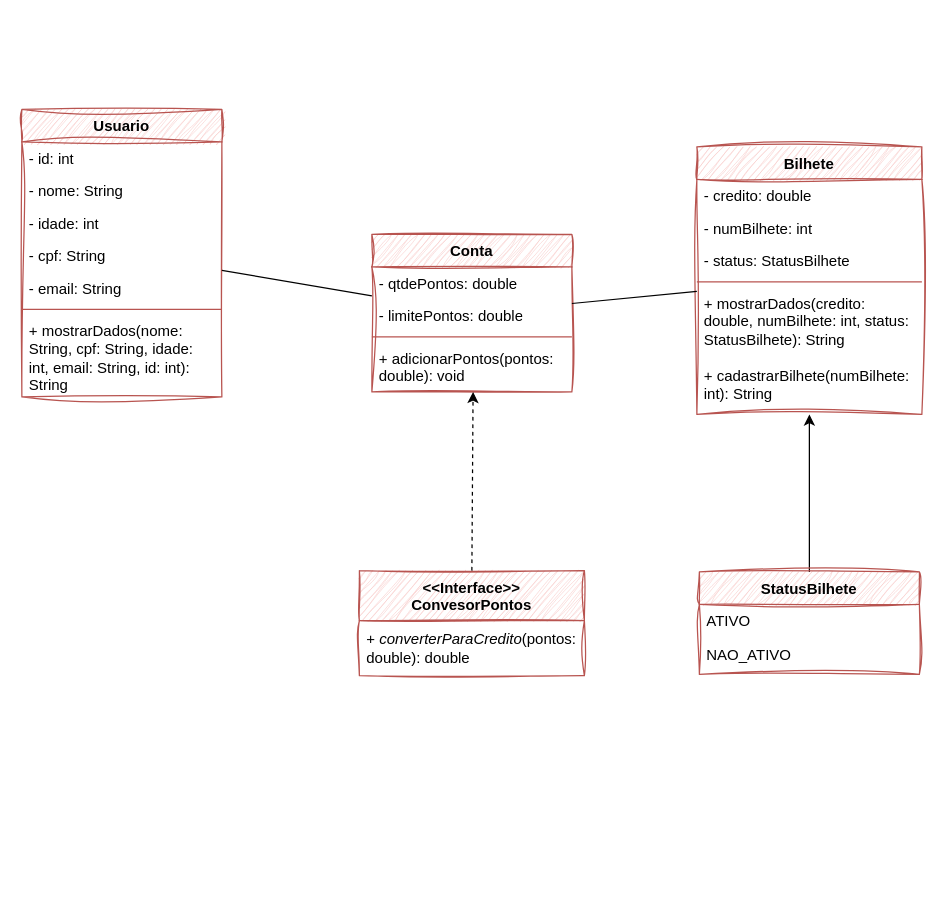
Earlier version of the draw.io diagram soulpass_project/java_soulpass_diagram.drawio (SoulPass-1TDSPJ/java_soulpass). Source tidied: cells renumbered, new cells numbered last; positions are measured from the earlier drawing's top-left corner, leaving out a move shared by most shapes. Both pictures are drawn from the tidied source at 125%, with x=0, y=0 at pixel (21, 109).
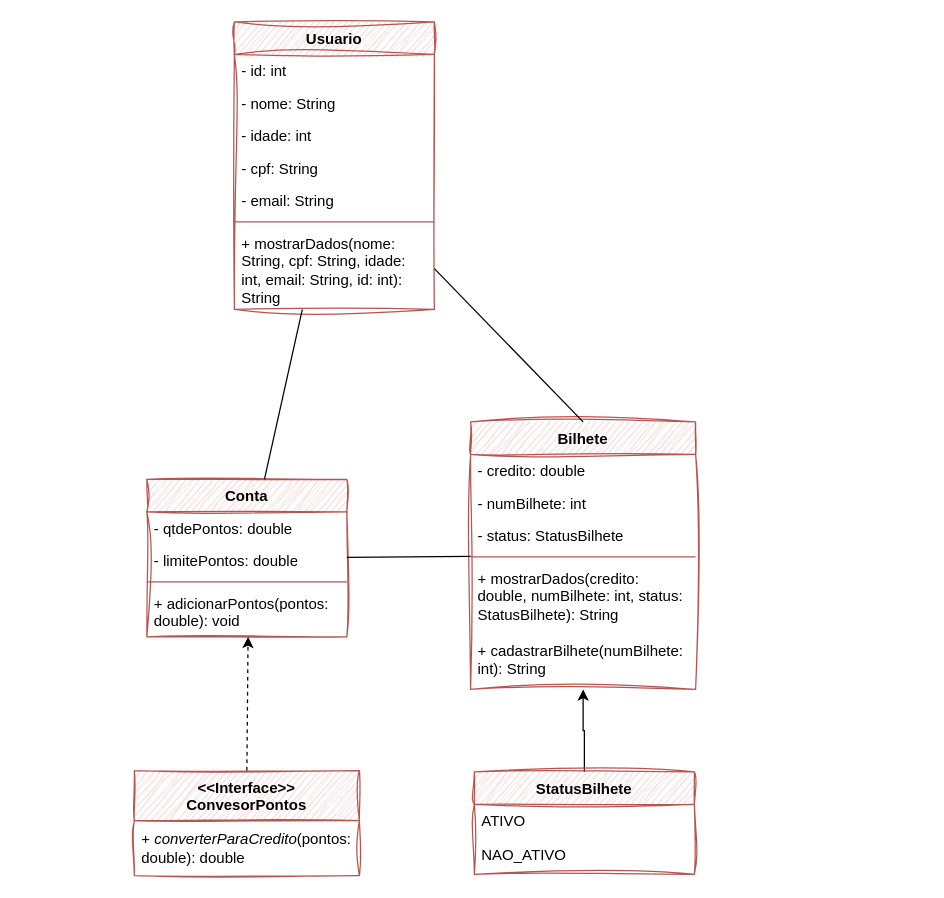
The same page after the edit.

Change to the diagram source:
```diff
@@
     <mxCell id="2" value="Usuario" style="swimlane;fontStyle=1;align=center;verticalAlign=top;horizontal=1;startSize=26;whiteSpace=wrap;html=1;fillColor=#f8cecc;strokeColor=#b85450;sketch=1;curveFitting=1;jiggle=2;" parent="1" vertex="1">
-      <mxGeometry width="160" height="230" as="geometry" />
+      <mxGeometry x="170" y="-70" width="160" height="230" as="geometry" />
     </mxCell>
@@
     <mxCell id="10" value="Conta" style="swimlane;fontStyle=1;align=center;verticalAlign=top;horizontal=1;startSize=26;whiteSpace=wrap;html=1;fillColor=#f8cecc;strokeColor=#b85450;sketch=1;curveFitting=1;jiggle=2;shadow=0;swimlaneLine=1;" parent="1" vertex="1">
-      <mxGeometry x="280" y="100" width="160" height="126" as="geometry" />
+      <mxGeometry x="100" y="296" width="160" height="126" as="geometry" />
     </mxCell>
@@
     <mxCell id="16" value="StatusBilhete" style="swimlane;fontStyle=1;align=center;verticalAlign=top;horizontal=1;startSize=26;whiteSpace=wrap;html=1;fillColor=#f8cecc;strokeColor=#b85450;sketch=1;curveFitting=1;jiggle=2;" parent="1" vertex="1">
-      <mxGeometry x="542" y="370" width="176" height="82" as="geometry" />
+      <mxGeometry x="362" y="530" width="176" height="82" as="geometry" />
     </mxCell>
@@
     <mxCell id="19" value="Bilhete" style="swimlane;fontStyle=1;align=center;verticalAlign=top;horizontal=1;startSize=26;whiteSpace=wrap;html=1;sketch=1;curveFitting=1;jiggle=2;fillColor=#f8cecc;strokeColor=#b85450;" parent="1" vertex="1">
-      <mxGeometry x="540" y="30" width="180" height="214" as="geometry" />
+      <mxGeometry x="359" y="250" width="180" height="214" as="geometry" />
     </mxCell>
@@
     <mxCell id="26" value="&lt;div&gt;&amp;lt;&amp;lt;Interface&amp;gt;&amp;gt;&lt;/div&gt;ConvesorPontos" style="swimlane;fontStyle=1;align=center;verticalAlign=top;horizontal=1;startSize=40;whiteSpace=wrap;html=1;sketch=1;curveFitting=1;jiggle=2;fillColor=#f8cecc;strokeColor=#b85450;" parent="1" vertex="1">
-      <mxGeometry x="270" y="369" width="180" height="84" as="geometry" />
+      <mxGeometry x="90" y="529" width="180" height="84" as="geometry" />
     </mxCell>
@@
+    <mxCell id="31" style="endArrow=none;html=1;rounded=0;entryX=0.5;entryY=0;entryDx=0;entryDy=0;" parent="1" edge="1" source="2" target="19">
+      <mxGeometry relative="1" as="geometry" />
+    </mxCell>
```
